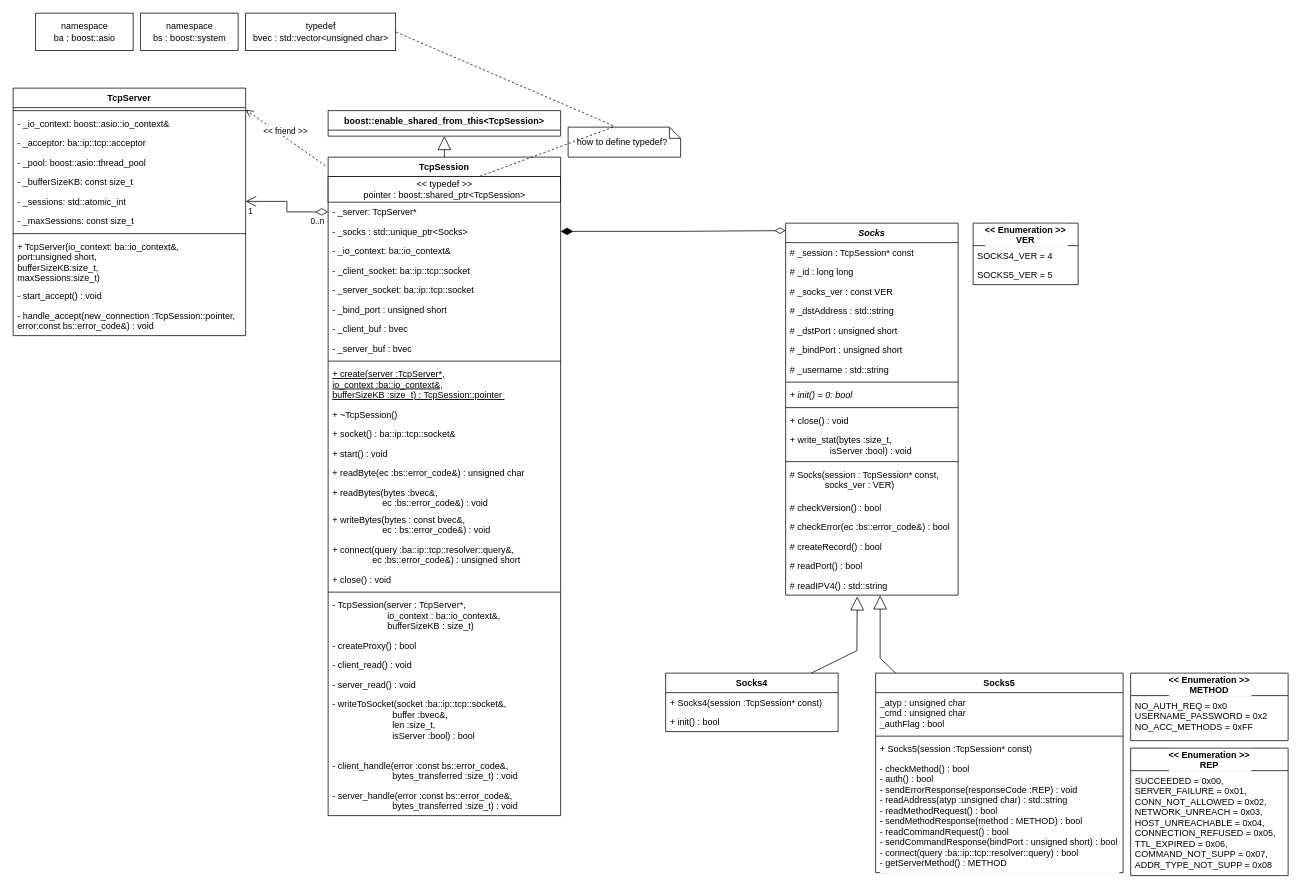
Above: page "Server" (1 of 5) of uml.drawio in RektDerp/socks5-proxy-SUM-2022-copy (draw.io), before the change. Source tidied: cells renumbered, new cells numbered last; positions are measured from the earlier drawing's top-left corner, leaving out a move shared by most shapes. Both pictures are drawn from the tidied source at 75%, with x=0, y=0 at pixel (13, 13).
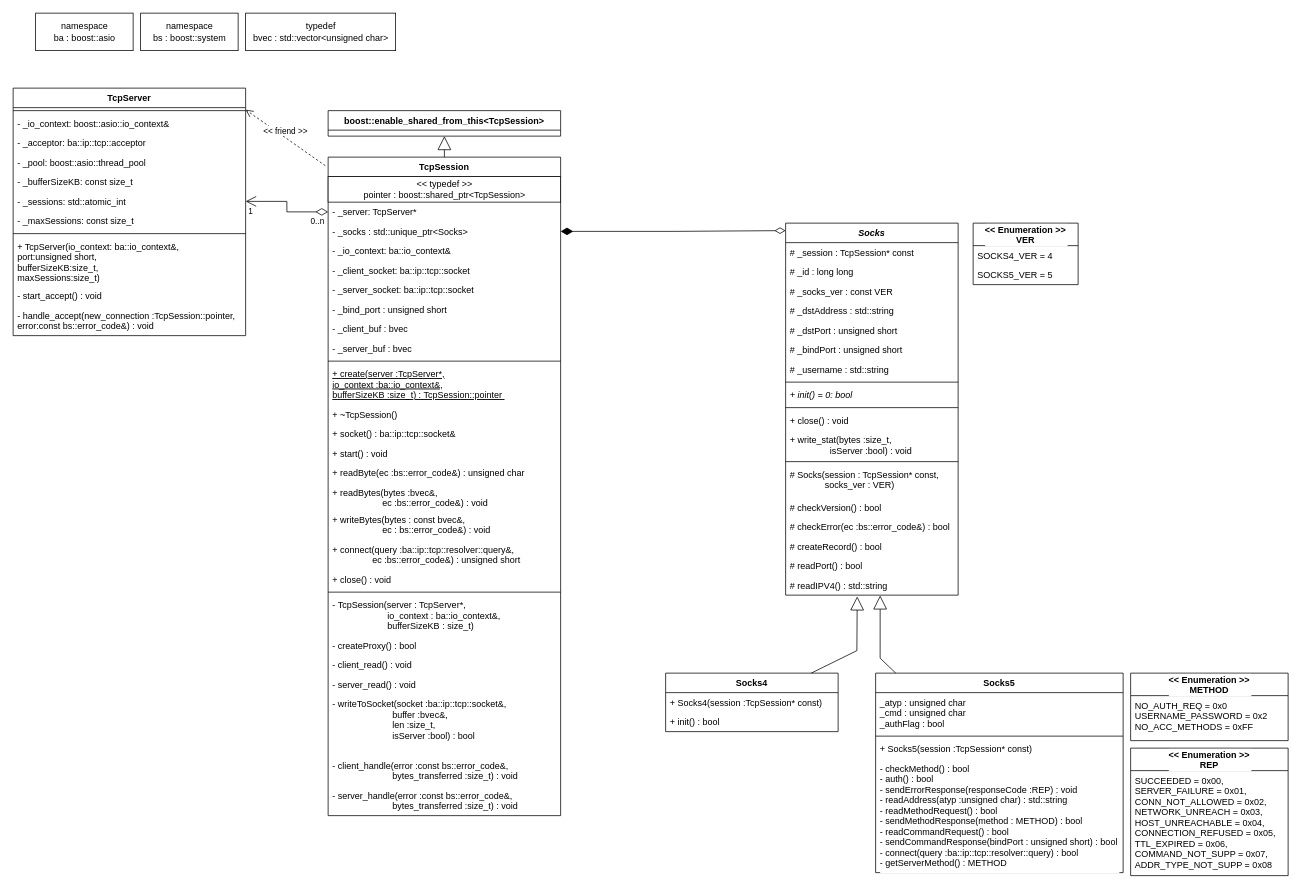
After the change.

The change refers to these unchanged cells:
```xml
<mxCell id="15" value="&amp;lt;&amp;lt; typedef &amp;gt;&amp;gt;&lt;br&gt;pointer : boost::shared_ptr&amp;lt;TcpSession&amp;gt;" style="html=1;labelBackgroundColor=default;fillColor=default;" parent="14" vertex="1">
  <mxGeometry y="26" width="310" height="34" as="geometry" />
</mxCell>
<mxCell id="52" value="typedef&lt;br&gt;bvec : std::vector&amp;lt;unsigned char&amp;gt;" style="html=1;labelBackgroundColor=default;fillColor=default;" parent="1" vertex="1">
  <mxGeometry x="310" width="200" height="50" as="geometry" />
</mxCell>
```

The edit, as a diff of the source:
```diff
@@
-    <mxCell id="45" value="how to define typedef?" style="shape=note;size=15;align=left;spacingLeft=10;html=1;whiteSpace=wrap;labelBackgroundColor=default;fillColor=default;" parent="1" vertex="1">
-      <mxGeometry x="740" y="152" width="150" height="40" as="geometry" />
-    </mxCell>
-    <mxCell id="46" style="edgeStyle=none;endArrow=none;exitX=0.4;exitY=0;dashed=1;html=1;rounded=0;" parent="1" edge="1" source="45" target="15">
-      <mxGeometry x="1" relative="1" as="geometry" />
-    </mxCell>
@@
-    <mxCell id="74" style="edgeStyle=none;endArrow=none;dashed=1;html=1;rounded=0;entryX=1;entryY=0.5;entryDx=0;entryDy=0;" parent="1" edge="1" target="52">
-      <mxGeometry x="1" relative="1" as="geometry">
-        <mxPoint x="800" y="150" as="sourcePoint" />
-      </mxGeometry>
-    </mxCell>
```
